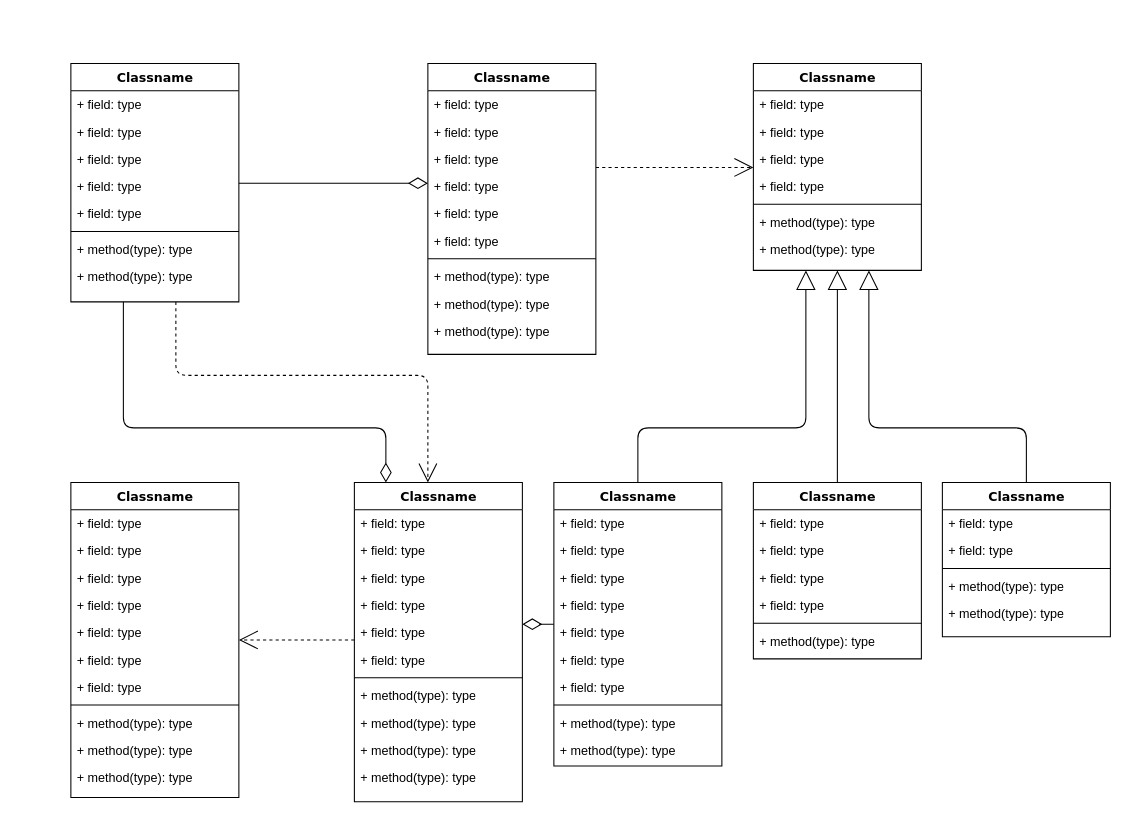
This is documentation/draw_io/example.drawio from Bryson14/RubberDuckyParking, a draw.io file, before an edit. Source tidied: cells renumbered, new cells numbered last; positions are measured from the earlier drawing's top-left corner, leaving out a move shared by most shapes. Both pictures are drawn from the tidied source at 105%, with x=0, y=0 at pixel (70, 63).
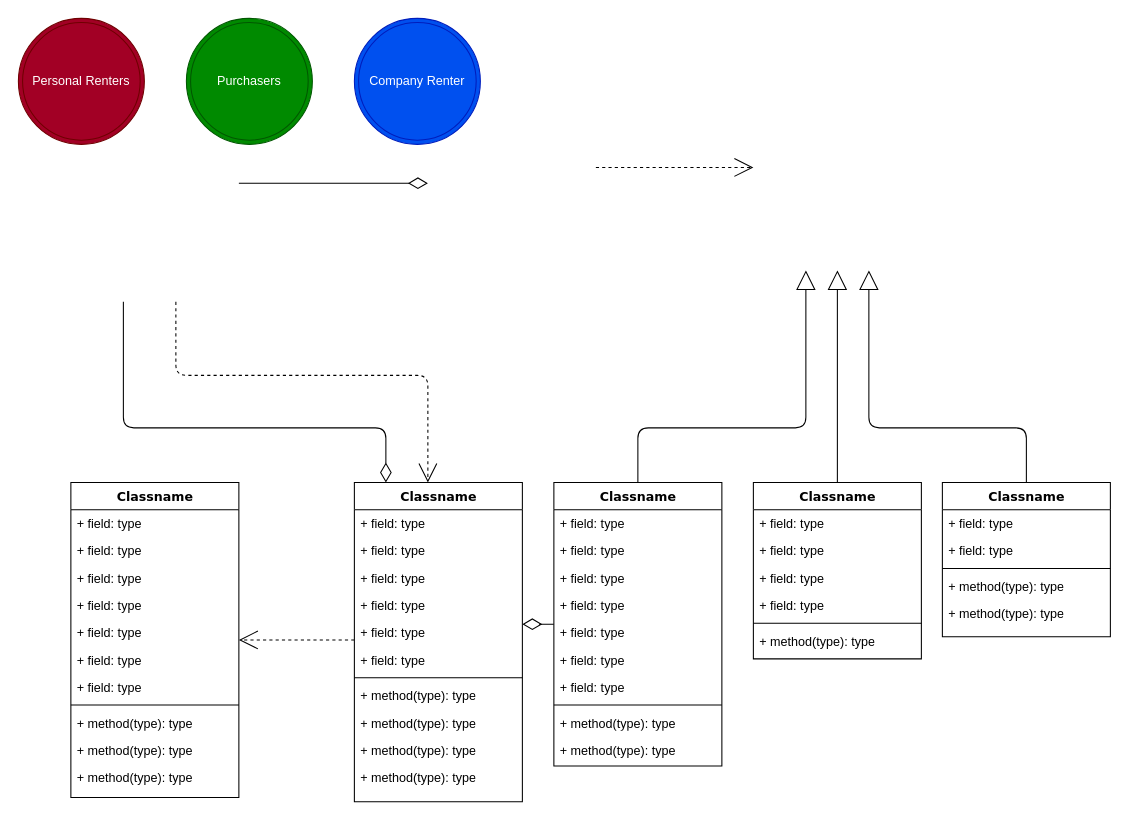
The same diagram, later.

Unchanged cells that the change refers to:
```xml
<mxCell id="47" value="Classname" style="swimlane;html=1;fontStyle=1;align=center;verticalAlign=top;horizontal=1;startSize=26;swimlaneFillColor=#ffffff;rounded=0;shadow=0;comic=0;labelBackgroundColor=none;strokeWidth=1;fillColor=none;fontFamily=Verdana;fontSize=12;" parent="1" vertex="1">
  <mxGeometry x="270" y="399" width="160" height="304" as="geometry" />
</mxCell>
<mxCell id="60" value="Classname" style="swimlane;html=1;fontStyle=1;align=center;verticalAlign=top;horizontal=1;startSize=26;swimlaneFillColor=#ffffff;rounded=0;shadow=0;comic=0;labelBackgroundColor=none;strokeWidth=1;fillColor=none;fontFamily=Verdana;fontSize=12;" parent="1" vertex="1">
  <mxGeometry x="460" y="399" width="160" height="270" as="geometry" />
</mxCell>
<mxCell id="72" value="Classname" style="swimlane;html=1;fontStyle=1;align=center;verticalAlign=top;horizontal=1;startSize=26;swimlaneFillColor=#ffffff;rounded=0;shadow=0;comic=0;labelBackgroundColor=none;strokeWidth=1;fillColor=none;fontFamily=Verdana;fontSize=12;" parent="1" vertex="1">
  <mxGeometry x="650" y="399" width="160" height="168" as="geometry" />
</mxCell>
<mxCell id="80" value="Classname" style="swimlane;html=1;fontStyle=1;align=center;verticalAlign=top;horizontal=1;startSize=26;swimlaneFillColor=#ffffff;rounded=0;shadow=0;comic=0;labelBackgroundColor=none;strokeWidth=1;fillColor=none;fontFamily=Verdana;fontSize=12;" parent="1" vertex="1">
  <mxGeometry x="830" y="399" width="160" height="147" as="geometry" />
</mxCell>
```

Change to the diagram source:
```diff
@@
-    <mxCell id="2" style="edgeStyle=orthogonalEdgeStyle;html=1;labelBackgroundColor=none;startFill=0;startSize=8;endArrow=open;endFill=0;endSize=16;fontFamily=Verdana;fontSize=12;dashed=1;" parent="1" edge="1" source="4" target="47">
+    <mxCell id="2" style="edgeStyle=orthogonalEdgeStyle;html=1;labelBackgroundColor=none;startFill=0;startSize=8;endArrow=open;endFill=0;endSize=16;fontFamily=Verdana;fontSize=12;dashed=1;" parent="1" edge="1" target="47">
       <mxGeometry relative="1" as="geometry">
+        <mxPoint x="100" y="227" as="sourcePoint" />
         <Array as="points">
           <mxPoint x="100" y="297" />
           <mxPoint x="340" y="297" />
         </Array>
       </mxGeometry>
     </mxCell>
-    <mxCell id="3" style="edgeStyle=orthogonalEdgeStyle;html=1;labelBackgroundColor=none;startFill=0;startSize=8;endArrow=diamondThin;endFill=0;endSize=16;fontFamily=Verdana;fontSize=12;" parent="1" edge="1" source="4" target="47">
+    <mxCell id="3" style="edgeStyle=orthogonalEdgeStyle;html=1;labelBackgroundColor=none;startFill=0;startSize=8;endArrow=diamondThin;endFill=0;endSize=16;fontFamily=Verdana;fontSize=12;" parent="1" edge="1" target="47">
       <mxGeometry relative="1" as="geometry">
+        <mxPoint x="50" y="227" as="sourcePoint" />
         <Array as="points">
           <mxPoint x="50" y="347" />
           <mxPoint x="300" y="347" />
         </Array>
       </mxGeometry>
     </mxCell>
-    <mxCell id="4" value="Classname" style="swimlane;html=1;fontStyle=1;align=center;verticalAlign=top;horizontal=1;startSize=26;swimlaneFillColor=#ffffff;rounded=0;shadow=0;comic=0;labelBackgroundColor=none;strokeWidth=1;fillColor=none;fontFamily=Verdana;fontSize=12;" parent="1" vertex="1">
-      <mxGeometry width="160" height="227" as="geometry" />
-    </mxCell>
-    <mxCell id="5" value="+ field: type" style="text;html=1;strokeColor=none;fillColor=none;align=left;verticalAlign=top;spacingLeft=4;spacingRight=4;whiteSpace=wrap;overflow=hidden;" parent="4" vertex="1">
-      <mxGeometry y="26" width="160" height="26" as="geometry" />
-    </mxCell>
-    <mxCell id="6" value="+ field: type" style="text;html=1;strokeColor=none;fillColor=none;align=left;verticalAlign=top;spacingLeft=4;spacingRight=4;whiteSpace=wrap;overflow=hidden;" parent="4" vertex="1">
-      <mxGeometry y="52" width="160" height="26" as="geometry" />
-    </mxCell>
-    <mxCell id="7" value="+ field: type" style="text;html=1;strokeColor=none;fillColor=none;align=left;verticalAlign=top;spacingLeft=4;spacingRight=4;whiteSpace=wrap;overflow=hidden;" parent="4" vertex="1">
-      <mxGeometry y="78" width="160" height="26" as="geometry" />
-    </mxCell>
-    <mxCell id="8" value="+ field: type" style="text;html=1;strokeColor=none;fillColor=none;align=left;verticalAlign=top;spacingLeft=4;spacingRight=4;whiteSpace=wrap;overflow=hidden;" parent="4" vertex="1">
-      <mxGeometry y="104" width="160" height="26" as="geometry" />
-    </mxCell>
-    <mxCell id="9" value="+ field: type" style="text;html=1;strokeColor=none;fillColor=none;align=left;verticalAlign=top;spacingLeft=4;spacingRight=4;whiteSpace=wrap;overflow=hidden;" parent="4" vertex="1">
-      <mxGeometry y="130" width="160" height="26" as="geometry" />
-    </mxCell>
-    <mxCell id="10" style="line;html=1;strokeWidth=1;fillColor=none;align=left;verticalAlign=middle;spacingTop=-1;spacingLeft=3;spacingRight=3;labelPosition=right;" parent="4" vertex="1">
-      <mxGeometry y="156" width="160" height="8" as="geometry" />
-    </mxCell>
-    <mxCell id="11" value="+ method(type): type" style="text;html=1;strokeColor=none;fillColor=none;align=left;verticalAlign=top;spacingLeft=4;spacingRight=4;whiteSpace=wrap;overflow=hidden;" parent="4" vertex="1">
-      <mxGeometry y="164" width="160" height="26" as="geometry" />
-    </mxCell>
-    <mxCell id="12" value="+ method(type): type" style="text;html=1;strokeColor=none;fillColor=none;align=left;verticalAlign=top;spacingLeft=4;spacingRight=4;whiteSpace=wrap;overflow=hidden;" parent="4" vertex="1">
-      <mxGeometry y="190" width="160" height="26" as="geometry" />
-    </mxCell>
-    <mxCell id="13" style="edgeStyle=elbowEdgeStyle;html=1;labelBackgroundColor=none;startFill=0;startSize=8;endArrow=open;endFill=0;endSize=16;fontFamily=Verdana;fontSize=12;elbow=vertical;dashed=1;" parent="1" edge="1" source="14" target="25">
-      <mxGeometry relative="1" as="geometry" />
+    <mxCell id="13" style="edgeStyle=elbowEdgeStyle;html=1;labelBackgroundColor=none;startFill=0;startSize=8;endArrow=open;endFill=0;endSize=16;fontFamily=Verdana;fontSize=12;elbow=vertical;dashed=1;" parent="1" edge="1">
+      <mxGeometry relative="1" as="geometry">
+        <mxPoint x="500" y="99" as="sourcePoint" />
+        <mxPoint x="650" y="98.5" as="targetPoint" />
+      </mxGeometry>
     </mxCell>
-    <mxCell id="14" value="Classname" style="swimlane;html=1;fontStyle=1;align=center;verticalAlign=top;horizontal=1;startSize=26;swimlaneFillColor=#ffffff;rounded=0;shadow=0;comic=0;labelBackgroundColor=none;strokeWidth=1;fillColor=none;fontFamily=Verdana;fontSize=12;" parent="1" vertex="1">
-      <mxGeometry x="340" width="160" height="277" as="geometry" />
-    </mxCell>
-    <mxCell id="15" value="+ field: type" style="text;html=1;strokeColor=none;fillColor=none;align=left;verticalAlign=top;spacingLeft=4;spacingRight=4;whiteSpace=wrap;overflow=hidden;" parent="14" vertex="1">
-      <mxGeometry y="26" width="160" height="26" as="geometry" />
-    </mxCell>
-    <mxCell id="16" value="+ field: type" style="text;html=1;strokeColor=none;fillColor=none;align=left;verticalAlign=top;spacingLeft=4;spacingRight=4;whiteSpace=wrap;overflow=hidden;" parent="14" vertex="1">
-      <mxGeometry y="52" width="160" height="26" as="geometry" />
-    </mxCell>
-    <mxCell id="17" value="+ field: type" style="text;html=1;strokeColor=none;fillColor=none;align=left;verticalAlign=top;spacingLeft=4;spacingRight=4;whiteSpace=wrap;overflow=hidden;" parent="14" vertex="1">
-      <mxGeometry y="78" width="160" height="26" as="geometry" />
-    </mxCell>
-    <mxCell id="18" value="+ field: type" style="text;html=1;strokeColor=none;fillColor=none;align=left;verticalAlign=top;spacingLeft=4;spacingRight=4;whiteSpace=wrap;overflow=hidden;" parent="14" vertex="1">
-      <mxGeometry y="104" width="160" height="26" as="geometry" />
-    </mxCell>
-    <mxCell id="19" value="+ field: type" style="text;html=1;strokeColor=none;fillColor=none;align=left;verticalAlign=top;spacingLeft=4;spacingRight=4;whiteSpace=wrap;overflow=hidden;" parent="14" vertex="1">
-      <mxGeometry y="130" width="160" height="26" as="geometry" />
-    </mxCell>
-    <mxCell id="20" value="+ field: type" style="text;html=1;strokeColor=none;fillColor=none;align=left;verticalAlign=top;spacingLeft=4;spacingRight=4;whiteSpace=wrap;overflow=hidden;" parent="14" vertex="1">
-      <mxGeometry y="156" width="160" height="26" as="geometry" />
-    </mxCell>
-    <mxCell id="21" style="line;html=1;strokeWidth=1;fillColor=none;align=left;verticalAlign=middle;spacingTop=-1;spacingLeft=3;spacingRight=3;labelPosition=right;" parent="14" vertex="1">
-      <mxGeometry y="182" width="160" height="8" as="geometry" />
-    </mxCell>
-    <mxCell id="22" value="+ method(type): type" style="text;html=1;strokeColor=none;fillColor=none;align=left;verticalAlign=top;spacingLeft=4;spacingRight=4;whiteSpace=wrap;overflow=hidden;" parent="14" vertex="1">
-      <mxGeometry y="190" width="160" height="26" as="geometry" />
-    </mxCell>
-    <mxCell id="23" value="+ method(type): type" style="text;html=1;strokeColor=none;fillColor=none;align=left;verticalAlign=top;spacingLeft=4;spacingRight=4;whiteSpace=wrap;overflow=hidden;" parent="14" vertex="1">
-      <mxGeometry y="216" width="160" height="26" as="geometry" />
-    </mxCell>
-    <mxCell id="24" value="+ method(type): type" style="text;html=1;strokeColor=none;fillColor=none;align=left;verticalAlign=top;spacingLeft=4;spacingRight=4;whiteSpace=wrap;overflow=hidden;" parent="14" vertex="1">
-      <mxGeometry y="242" width="160" height="26" as="geometry" />
-    </mxCell>
-    <mxCell id="25" value="Classname" style="swimlane;html=1;fontStyle=1;align=center;verticalAlign=top;horizontal=1;startSize=26;swimlaneFillColor=#ffffff;rounded=0;shadow=0;comic=0;labelBackgroundColor=none;strokeWidth=1;fillColor=none;fontFamily=Verdana;fontSize=12;" parent="1" vertex="1">
-      <mxGeometry x="650" width="160" height="197" as="geometry" />
-    </mxCell>
-    <mxCell id="26" value="+ field: type" style="text;html=1;strokeColor=none;fillColor=none;align=left;verticalAlign=top;spacingLeft=4;spacingRight=4;whiteSpace=wrap;overflow=hidden;" parent="25" vertex="1">
-      <mxGeometry y="26" width="160" height="26" as="geometry" />
-    </mxCell>
-    <mxCell id="27" value="+ field: type" style="text;html=1;strokeColor=none;fillColor=none;align=left;verticalAlign=top;spacingLeft=4;spacingRight=4;whiteSpace=wrap;overflow=hidden;" parent="25" vertex="1">
-      <mxGeometry y="52" width="160" height="26" as="geometry" />
-    </mxCell>
-    <mxCell id="28" value="+ field: type" style="text;html=1;strokeColor=none;fillColor=none;align=left;verticalAlign=top;spacingLeft=4;spacingRight=4;whiteSpace=wrap;overflow=hidden;" parent="25" vertex="1">
-      <mxGeometry y="78" width="160" height="26" as="geometry" />
-    </mxCell>
-    <mxCell id="29" value="+ field: type" style="text;html=1;strokeColor=none;fillColor=none;align=left;verticalAlign=top;spacingLeft=4;spacingRight=4;whiteSpace=wrap;overflow=hidden;" parent="25" vertex="1">
-      <mxGeometry y="104" width="160" height="26" as="geometry" />
-    </mxCell>
-    <mxCell id="30" style="line;html=1;strokeWidth=1;fillColor=none;align=left;verticalAlign=middle;spacingTop=-1;spacingLeft=3;spacingRight=3;labelPosition=right;" parent="25" vertex="1">
-      <mxGeometry y="130" width="160" height="8" as="geometry" />
-    </mxCell>
-    <mxCell id="31" value="+ method(type): type" style="text;html=1;strokeColor=none;fillColor=none;align=left;verticalAlign=top;spacingLeft=4;spacingRight=4;whiteSpace=wrap;overflow=hidden;" parent="25" vertex="1">
-      <mxGeometry y="138" width="160" height="26" as="geometry" />
-    </mxCell>
-    <mxCell id="32" value="+ method(type): type" style="text;html=1;strokeColor=none;fillColor=none;align=left;verticalAlign=top;spacingLeft=4;spacingRight=4;whiteSpace=wrap;overflow=hidden;" parent="25" vertex="1">
-      <mxGeometry y="164" width="160" height="26" as="geometry" />
-    </mxCell>
@@
-    <mxCell id="59" style="edgeStyle=orthogonalEdgeStyle;html=1;labelBackgroundColor=none;startFill=0;startSize=8;endArrow=block;endFill=0;endSize=16;fontFamily=Verdana;fontSize=12;" parent="1" edge="1" source="60" target="25">
+    <mxCell id="59" style="edgeStyle=orthogonalEdgeStyle;html=1;labelBackgroundColor=none;startFill=0;startSize=8;endArrow=block;endFill=0;endSize=16;fontFamily=Verdana;fontSize=12;" parent="1" edge="1" source="60">
       <mxGeometry relative="1" as="geometry">
+        <mxPoint x="700" y="197" as="targetPoint" />
         <Array as="points">
           <mxPoint x="540" y="347" />
           <mxPoint x="700" y="347" />
         </Array>
       </mxGeometry>
     </mxCell>
@@
-    <mxCell id="71" style="edgeStyle=orthogonalEdgeStyle;html=1;labelBackgroundColor=none;startFill=0;startSize=8;endArrow=block;endFill=0;endSize=16;fontFamily=Verdana;fontSize=12;" parent="1" edge="1" source="72" target="25">
-      <mxGeometry relative="1" as="geometry" />
+    <mxCell id="71" style="edgeStyle=orthogonalEdgeStyle;html=1;labelBackgroundColor=none;startFill=0;startSize=8;endArrow=block;endFill=0;endSize=16;fontFamily=Verdana;fontSize=12;" parent="1" edge="1" source="72">
+      <mxGeometry relative="1" as="geometry">
+        <mxPoint x="730" y="197" as="targetPoint" />
+      </mxGeometry>
     </mxCell>
@@
-    <mxCell id="79" style="edgeStyle=orthogonalEdgeStyle;html=1;labelBackgroundColor=none;startFill=0;startSize=8;endArrow=block;endFill=0;endSize=16;fontFamily=Verdana;fontSize=12;" parent="1" edge="1" source="80" target="25">
+    <mxCell id="79" style="edgeStyle=orthogonalEdgeStyle;html=1;labelBackgroundColor=none;startFill=0;startSize=8;endArrow=block;endFill=0;endSize=16;fontFamily=Verdana;fontSize=12;" parent="1" edge="1" source="80">
       <mxGeometry relative="1" as="geometry">
+        <mxPoint x="760" y="197" as="targetPoint" />
         <Array as="points">
           <mxPoint x="910" y="347" />
           <mxPoint x="760" y="347" />
         </Array>
       </mxGeometry>
     </mxCell>
@@
-    <mxCell id="86" style="edgeStyle=elbowEdgeStyle;html=1;labelBackgroundColor=none;startFill=0;startSize=8;endArrow=diamondThin;endFill=0;endSize=16;fontFamily=Verdana;fontSize=12;elbow=vertical;" parent="1" edge="1" source="4" target="14">
-      <mxGeometry relative="1" as="geometry" />
+    <mxCell id="86" style="edgeStyle=elbowEdgeStyle;html=1;labelBackgroundColor=none;startFill=0;startSize=8;endArrow=diamondThin;endFill=0;endSize=16;fontFamily=Verdana;fontSize=12;elbow=vertical;" parent="1" edge="1">
+      <mxGeometry relative="1" as="geometry">
+        <mxPoint x="160" y="114" as="sourcePoint" />
+        <mxPoint x="340" y="114" as="targetPoint" />
+      </mxGeometry>
     </mxCell>
+    <mxCell id="87" value="Purchasers" style="ellipse;shape=doubleEllipse;whiteSpace=wrap;html=1;fillColor=#008a00;strokeColor=#005700;fontColor=#ffffff;" parent="1" vertex="1">
+      <mxGeometry x="110" y="-43" width="120" height="120" as="geometry" />
+    </mxCell>
+    <mxCell id="88" value="Personal Renters" style="ellipse;shape=doubleEllipse;whiteSpace=wrap;html=1;fillColor=#a20025;strokeColor=#6F0000;fontColor=#ffffff;" parent="1" vertex="1">
+      <mxGeometry x="-50" y="-43" width="120" height="120" as="geometry" />
+    </mxCell>
+    <mxCell id="89" value="Company Renter" style="ellipse;shape=doubleEllipse;whiteSpace=wrap;html=1;fillColor=#0050ef;strokeColor=#001DBC;fontColor=#ffffff;" parent="1" vertex="1">
+      <mxGeometry x="270" y="-43" width="120" height="120" as="geometry" />
+    </mxCell>
```
